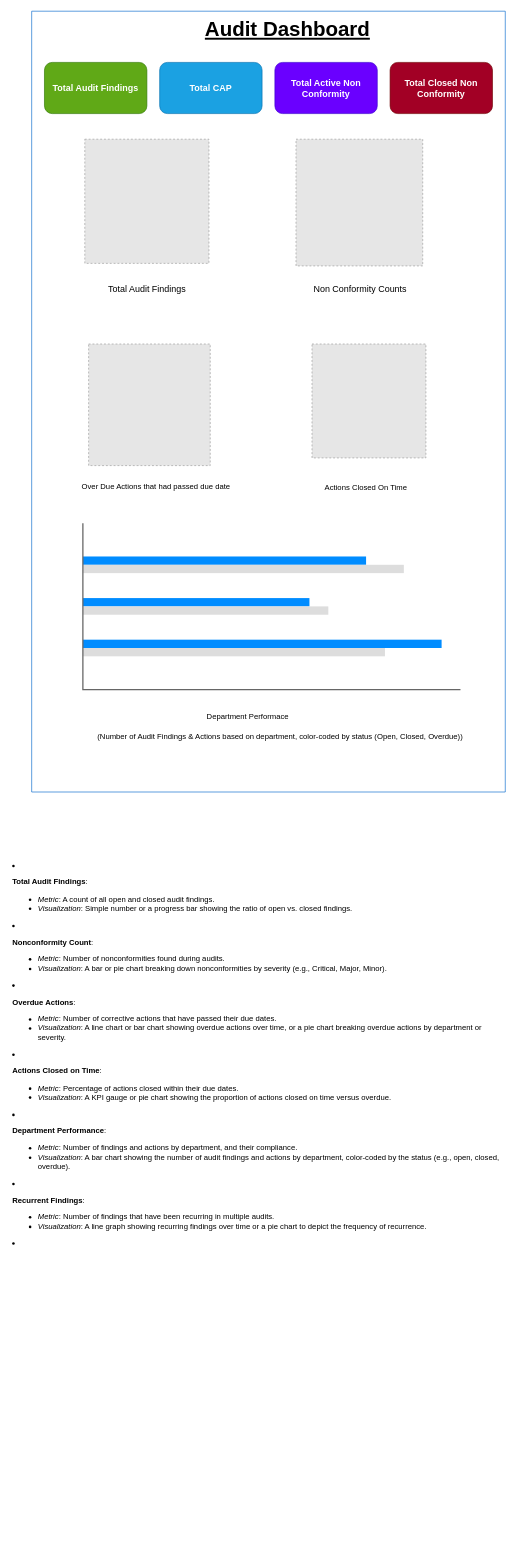
This is page "Dashboard" (19 of 19) of Untitled Diagram.drawio from AvikM1996/draw.io, a draw.io file, before an edit. Source tidied: cells renumbered, new cells numbered last; positions are measured from the earlier drawing's top-left corner, leaving out a move shared by most shapes. Both pictures are drawn from the tidied source at 64%, with x=0, y=0 at pixel (11, 11). Pictures stored in the file or linked from it are replaced by grey dashed boxes.
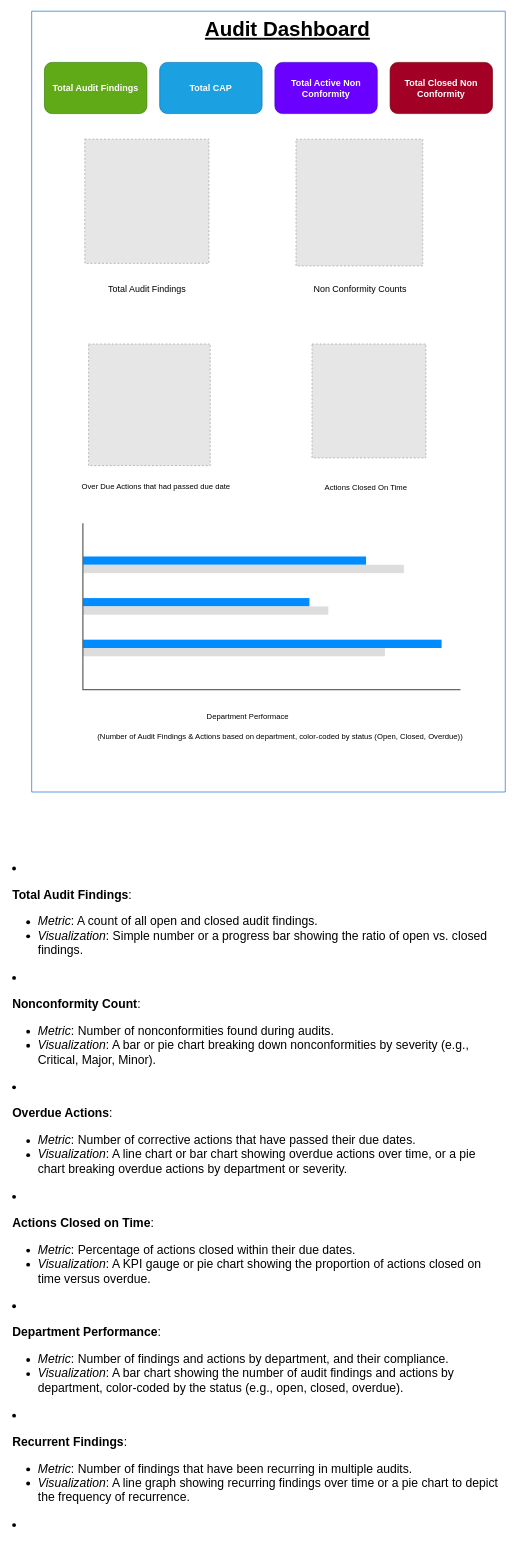
After the change.

What changed in the source:
```diff
@@
 <mxGraphModel>
   <root>
     <mxCell id="0" />
     <mxCell id="1" parent="0" />
     <mxCell id="2" style="swimlane;startSize=0;strokeColor=#0066CC;fillColor=#FFFFFF;" parent="1" vertex="1">
       <mxGeometry x="32" width="740" height="1220" as="geometry" />
     </mxCell>
     <mxCell id="3" value="&lt;b&gt;&lt;font style=&quot;font-size: 32px;&quot;&gt;&lt;u style=&quot;&quot;&gt;Audit Dashboard&lt;/u&gt;&lt;/font&gt;&lt;/b&gt;" style="text;html=1;align=center;verticalAlign=middle;whiteSpace=wrap;rounded=0;" parent="2" vertex="1">
       <mxGeometry x="230" y="14" width="340" height="30" as="geometry" />
     </mxCell>
     <mxCell id="4" value="&lt;font style=&quot;font-size: 14px;&quot;&gt;&lt;b&gt;Total Audit Findings&lt;/b&gt;&lt;/font&gt;" style="rounded=1;whiteSpace=wrap;html=1;fillColor=#60a917;strokeColor=#2D7600;fontColor=#ffffff;" parent="2" vertex="1">
       <mxGeometry x="20" y="80" width="160" height="80" as="geometry" />
     </mxCell>
     <mxCell id="5" value="&lt;font style=&quot;font-size: 14px;&quot;&gt;&lt;b&gt;Total CAP&lt;/b&gt;&lt;/font&gt;" style="rounded=1;whiteSpace=wrap;html=1;fillColor=#1ba1e2;strokeColor=#006EAF;fontColor=#ffffff;" parent="2" vertex="1">
       <mxGeometry x="200" y="80" width="160" height="80" as="geometry" />
     </mxCell>
     <mxCell id="6" value="&lt;font style=&quot;font-size: 14px;&quot;&gt;&lt;b&gt;Total Active Non Conformity&lt;/b&gt;&lt;/font&gt;" style="rounded=1;whiteSpace=wrap;html=1;fillColor=#6a00ff;strokeColor=#3700CC;fontColor=#ffffff;" parent="2" vertex="1">
       <mxGeometry x="380" y="80" width="160" height="80" as="geometry" />
     </mxCell>
     <mxCell id="7" value="&lt;font style=&quot;font-size: 14px;&quot;&gt;&lt;b&gt;Total Closed Non Conformity&lt;/b&gt;&lt;/font&gt;" style="rounded=1;whiteSpace=wrap;html=1;fillColor=#a20025;strokeColor=#6F0000;fontColor=#ffffff;" parent="2" vertex="1">
       <mxGeometry x="560" y="80" width="160" height="80" as="geometry" />
     </mxCell>
     <mxCell id="8" style="fillColor=#E6E6E6;strokeColor=#999999;dashed=1;html=1;verticalAlign=top;verticalLabelPosition=bottom;labelBackgroundColor=#ffffff;" parent="2" vertex="1">
       <mxGeometry x="83" y="200" width="194" height="194" as="geometry" />
     </mxCell>
     <mxCell id="9" style="fillColor=#E6E6E6;strokeColor=#999999;dashed=1;html=1;verticalAlign=top;verticalLabelPosition=bottom;labelBackgroundColor=#ffffff;" parent="2" vertex="1">
       <mxGeometry x="413" y="200" width="198" height="198" as="geometry" />
     </mxCell>
     <mxCell id="10" style="fillColor=#E6E6E6;strokeColor=#999999;dashed=1;html=1;verticalAlign=top;verticalLabelPosition=bottom;labelBackgroundColor=#ffffff;" parent="2" vertex="1">
       <mxGeometry x="89" y="520" width="190" height="190" as="geometry" />
     </mxCell>
     <mxCell id="11" style="fillColor=#E6E6E6;strokeColor=#999999;dashed=1;html=1;verticalAlign=top;verticalLabelPosition=bottom;labelBackgroundColor=#ffffff;" parent="2" vertex="1">
       <mxGeometry x="438" y="520" width="178" height="178" as="geometry" />
     </mxCell>
     <mxCell id="12" style="verticalLabelPosition=bottom;shadow=0;dashed=0;align=center;html=1;verticalAlign=top;strokeWidth=1;shape=mxgraph.mockup.graphics.barChart;strokeColor=none;strokeColor2=none;strokeColor3=#666666;fillColor2=#008cff;fillColor3=#dddddd;" parent="2" vertex="1">
       <mxGeometry x="80" y="800" width="590" height="260" as="geometry" />
     </mxCell>
     <mxCell id="13" value="&lt;font style=&quot;font-size: 14px;&quot;&gt;Total Audit Findings&lt;/font&gt;" style="text;html=1;align=center;verticalAlign=middle;strokeColor=none;fillColor=none;" parent="1" vertex="1">
       <mxGeometry x="142" y="420" width="140" height="30" as="geometry" />
     </mxCell>
     <mxCell id="14" value="Over Due Actions that had passed due date" style="text;html=1;align=center;verticalAlign=middle;strokeColor=none;fillColor=none;" parent="1" vertex="1">
       <mxGeometry x="96" y="728" width="260" height="30" as="geometry" />
     </mxCell>
     <mxCell id="15" value="Actions Closed On Time" style="text;html=1;align=center;verticalAlign=middle;strokeColor=none;fillColor=none;" parent="1" vertex="1">
       <mxGeometry x="479" y="729" width="150" height="30" as="geometry" />
     </mxCell>
     <mxCell id="16" value="&lt;font style=&quot;font-size: 14px;&quot;&gt;Non Conformity Counts&lt;/font&gt;" style="text;html=1;align=center;verticalAlign=middle;strokeColor=none;fillColor=none;" parent="1" vertex="1">
       <mxGeometry x="460" y="419" width="170" height="30" as="geometry" />
     </mxCell>
     <mxCell id="17" value="Department Performace&amp;nbsp;" style="text;html=1;align=center;verticalAlign=middle;strokeColor=none;fillColor=none;" parent="1" vertex="1">
       <mxGeometry x="296" y="1088" width="150" height="30" as="geometry" />
     </mxCell>
     <mxCell id="18" value="(Number of Audit Findings &amp;amp; Actions based on department, color-coded by status (Open, Closed, Overdue))" style="text;html=1;align=center;verticalAlign=middle;strokeColor=none;fillColor=none;" parent="1" vertex="1">
       <mxGeometry x="125" y="1119" width="590" height="30" as="geometry" />
     </mxCell>
-    <mxCell id="19" value="&lt;li&gt;&lt;p&gt;&lt;strong&gt;Total Audit Findings&lt;/strong&gt;:&lt;/p&gt;&lt;ul&gt;&lt;li&gt;&lt;em&gt;Metric&lt;/em&gt;: A count of all open and closed audit findings.&lt;/li&gt;&lt;li&gt;&lt;em&gt;Visualization&lt;/em&gt;: Simple number or a progress bar showing the ratio of open vs. closed findings.&lt;/li&gt;&lt;/ul&gt;&lt;/li&gt;&lt;li&gt;&lt;p&gt;&lt;strong&gt;Nonconformity Count&lt;/strong&gt;:&lt;/p&gt;&lt;ul&gt;&lt;li&gt;&lt;em&gt;Metric&lt;/em&gt;: Number of nonconformities found during audits.&lt;/li&gt;&lt;li&gt;&lt;em&gt;Visualization&lt;/em&gt;: A bar or pie chart breaking down nonconformities by severity (e.g., Critical, Major, Minor).&lt;/li&gt;&lt;/ul&gt;&lt;/li&gt;&lt;li&gt;&lt;p&gt;&lt;strong&gt;Overdue Actions&lt;/strong&gt;:&lt;/p&gt;&lt;ul&gt;&lt;li&gt;&lt;em&gt;Metric&lt;/em&gt;: Number of corrective actions that have passed their due dates.&lt;/li&gt;&lt;li&gt;&lt;em&gt;Visualization&lt;/em&gt;: A line chart or bar chart showing overdue actions over time, or a pie chart breaking overdue actions by department or severity.&lt;/li&gt;&lt;/ul&gt;&lt;/li&gt;&lt;li&gt;&lt;p&gt;&lt;strong&gt;Actions Closed on Time&lt;/strong&gt;:&lt;/p&gt;&lt;ul&gt;&lt;li&gt;&lt;em&gt;Metric&lt;/em&gt;: Percentage of actions closed within their due dates.&lt;/li&gt;&lt;li&gt;&lt;em&gt;Visualization&lt;/em&gt;: A KPI gauge or pie chart showing the proportion of actions closed on time versus overdue.&lt;/li&gt;&lt;/ul&gt;&lt;/li&gt;&lt;li&gt;&lt;p&gt;&lt;strong&gt;Department Performance&lt;/strong&gt;:&lt;/p&gt;&lt;ul&gt;&lt;li&gt;&lt;em&gt;Metric&lt;/em&gt;: Number of findings and actions by department, and their compliance.&lt;/li&gt;&lt;li&gt;&lt;em&gt;Visualization&lt;/em&gt;: A bar chart showing the number of audit findings and actions by department, color-coded by the status (e.g., open, closed, overdue).&lt;/li&gt;&lt;/ul&gt;&lt;/li&gt;&lt;li&gt;&lt;p&gt;&lt;strong&gt;Recurrent Findings&lt;/strong&gt;:&lt;/p&gt;&lt;ul&gt;&lt;li&gt;&lt;em&gt;Metric&lt;/em&gt;: Number of findings that have been recurring in multiple audits.&lt;/li&gt;&lt;li&gt;&lt;em&gt;Visualization&lt;/em&gt;: A line graph showing recurring findings over time or a pie chart to depict the frequency of recurrence.&lt;/li&gt;&lt;/ul&gt;&lt;/li&gt;&lt;li&gt;&lt;p&gt;&lt;/p&gt;&lt;/li&gt;" style="text;whiteSpace=wrap;html=1;" parent="1" vertex="1">
+    <mxCell id="19" value="&lt;li&gt;&lt;p&gt;&lt;strong&gt;Total Audit Findings&lt;/strong&gt;:&lt;/p&gt;&lt;ul&gt;&lt;li&gt;&lt;em&gt;Metric&lt;/em&gt;: A count of all open and closed audit findings.&lt;/li&gt;&lt;li&gt;&lt;em&gt;Visualization&lt;/em&gt;: Simple number or a progress bar showing the ratio of open vs. closed findings.&lt;/li&gt;&lt;/ul&gt;&lt;/li&gt;&lt;li&gt;&lt;p&gt;&lt;strong&gt;Nonconformity Count&lt;/strong&gt;:&lt;/p&gt;&lt;ul&gt;&lt;li&gt;&lt;em&gt;Metric&lt;/em&gt;: Number of nonconformities found during audits.&lt;/li&gt;&lt;li&gt;&lt;em&gt;Visualization&lt;/em&gt;: A bar or pie chart breaking down nonconformities by severity (e.g., Critical, Major, Minor).&lt;/li&gt;&lt;/ul&gt;&lt;/li&gt;&lt;li&gt;&lt;p&gt;&lt;strong&gt;Overdue Actions&lt;/strong&gt;:&lt;/p&gt;&lt;ul&gt;&lt;li&gt;&lt;em&gt;Metric&lt;/em&gt;: Number of corrective actions that have passed their due dates.&lt;/li&gt;&lt;li&gt;&lt;em&gt;Visualization&lt;/em&gt;: A line chart or bar chart showing overdue actions over time, or a pie chart breaking overdue actions by department or severity.&lt;/li&gt;&lt;/ul&gt;&lt;/li&gt;&lt;li&gt;&lt;p&gt;&lt;strong&gt;Actions Closed on Time&lt;/strong&gt;:&lt;/p&gt;&lt;ul&gt;&lt;li&gt;&lt;em&gt;Metric&lt;/em&gt;: Percentage of actions closed within their due dates.&lt;/li&gt;&lt;li&gt;&lt;em&gt;Visualization&lt;/em&gt;: A KPI gauge or pie chart showing the proportion of actions closed on time versus overdue.&lt;/li&gt;&lt;/ul&gt;&lt;/li&gt;&lt;li&gt;&lt;p&gt;&lt;strong&gt;Department Performance&lt;/strong&gt;:&lt;/p&gt;&lt;ul&gt;&lt;li&gt;&lt;em&gt;Metric&lt;/em&gt;: Number of findings and actions by department, and their compliance.&lt;/li&gt;&lt;li&gt;&lt;em&gt;Visualization&lt;/em&gt;: A bar chart showing the number of audit findings and actions by department, color-coded by the status (e.g., open, closed, overdue).&lt;/li&gt;&lt;/ul&gt;&lt;/li&gt;&lt;li&gt;&lt;p&gt;&lt;strong&gt;Recurrent Findings&lt;/strong&gt;:&lt;/p&gt;&lt;ul&gt;&lt;li&gt;&lt;em&gt;Metric&lt;/em&gt;: Number of findings that have been recurring in multiple audits.&lt;/li&gt;&lt;li&gt;&lt;em&gt;Visualization&lt;/em&gt;: A line graph showing recurring findings over time or a pie chart to depict the frequency of recurrence.&lt;/li&gt;&lt;/ul&gt;&lt;/li&gt;&lt;li&gt;&lt;p&gt;&lt;/p&gt;&lt;/li&gt;" style="text;whiteSpace=wrap;html=1;fontStyle=0;fontSize=19;" parent="1" vertex="1">
       <mxGeometry y="1321" width="770" height="700" as="geometry" />
     </mxCell>
   </root>
 </mxGraphModel>
```
